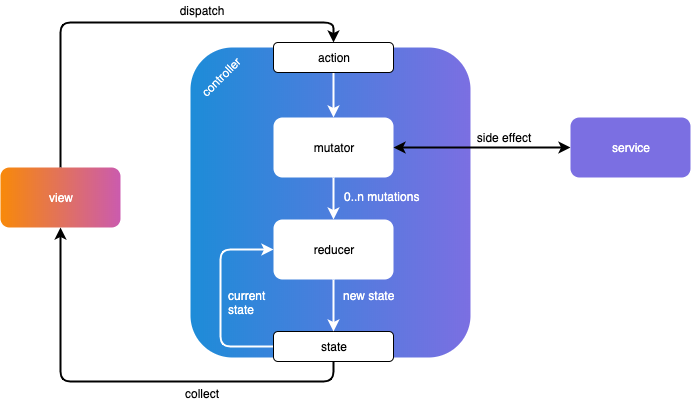
Before: .media/controller_flow.png, a diagram exported from draw.io (floschu/control). Source tidied: cells renumbered, new cells last; positions are measured from the earlier drawing's top-left corner, leaving out a move shared by most shapes. The source it was exported from:
```xml
<mxGraphModel>
  <root>
    <mxCell id="0" />
    <mxCell id="1" parent="0" />
    <mxCell id="2" style="edgeStyle=orthogonalEdgeStyle;rounded=1;jettySize=auto;html=1;exitX=0.5;exitY=0;exitDx=0;exitDy=0;entryX=0.5;entryY=0;entryDx=0;entryDy=0;strokeWidth=2;" parent="1" edge="1" source="3" target="6">
      <mxGeometry relative="1" as="geometry" />
    </mxCell>
    <mxCell id="3" value="view" style="rounded=1;fillColor=#f88909;glass=0;shadow=0;comic=0;gradientColor=#cb5bae;strokeColor=none;gradientDirection=east;fontColor=#ffff;html=1;whiteSpace=wrap;" parent="1" vertex="1">
      <mxGeometry y="167" width="120" height="60" as="geometry" />
    </mxCell>
    <mxCell id="4" style="rounded=1;html=1;gradientColor=#7b6fe2;fillColor=#1d8cd8;strokeColor=none;gradientDirection=east;fontColor=none;noLabel=1;whiteSpace=wrap;shadow=0;glass=0;comic=0;" parent="1" vertex="1">
      <mxGeometry x="190" y="47" width="280" height="310" as="geometry" />
    </mxCell>
    <mxCell id="5" style="edgeStyle=orthogonalEdgeStyle;rounded=0;jettySize=auto;html=1;exitX=0.5;exitY=1;exitDx=0;exitDy=0;entryX=0.5;entryY=0;entryDx=0;entryDy=0;strokeWidth=2;strokeColor=#fff;" parent="1" edge="1" source="6" target="11">
      <mxGeometry relative="1" as="geometry" />
    </mxCell>
    <mxCell id="6" value="action" style="rounded=1;whiteSpace=wrap;html=1;" parent="1" vertex="1">
      <mxGeometry x="273" y="42" width="120" height="30" as="geometry" />
    </mxCell>
    <mxCell id="7" style="edgeStyle=orthogonalEdgeStyle;rounded=1;jettySize=auto;html=1;exitX=0.5;exitY=1;exitDx=0;exitDy=0;entryX=0.5;entryY=1;entryDx=0;entryDy=0;strokeWidth=2;" parent="1" edge="1" source="9" target="3">
      <mxGeometry relative="1" as="geometry" />
    </mxCell>
    <mxCell id="8" style="edgeStyle=orthogonalEdgeStyle;rounded=1;jettySize=auto;html=1;entryX=0;entryY=0.5;entryDx=0;entryDy=0;startArrow=none;startFill=0;strokeColor=#fff;strokeWidth=2;fontColor=#FFFFFF;" parent="1" edge="1" source="9" target="13">
      <mxGeometry relative="1" as="geometry">
        <Array as="points">
          <mxPoint x="220" y="346" />
          <mxPoint x="220" y="249" />
        </Array>
      </mxGeometry>
    </mxCell>
    <mxCell id="9" value="state" style="rounded=1;whiteSpace=wrap;html=1;strokeColor=#000000;" parent="1" vertex="1">
      <mxGeometry x="273" y="331" width="120" height="30" as="geometry" />
    </mxCell>
    <mxCell id="10" style="edgeStyle=orthogonalEdgeStyle;rounded=0;jettySize=auto;html=1;exitX=0.5;exitY=1;exitDx=0;exitDy=0;entryX=0.5;entryY=0;entryDx=0;entryDy=0;strokeWidth=2;strokeColor=#fff;" parent="1" edge="1" source="11" target="13">
      <mxGeometry relative="1" as="geometry" />
    </mxCell>
    <mxCell id="11" value="mutator" style="rounded=1;whiteSpace=wrap;html=1;strokeColor=none;fillColor=#ffffff;strokeWidth=2;glass=0;comic=0;" parent="1" vertex="1">
      <mxGeometry x="273" y="117" width="120" height="60" as="geometry" />
    </mxCell>
    <mxCell id="12" style="edgeStyle=orthogonalEdgeStyle;rounded=0;jettySize=auto;html=1;exitX=0.5;exitY=1;exitDx=0;exitDy=0;entryX=0.5;entryY=0;entryDx=0;entryDy=0;strokeWidth=2;strokeColor=#fff;" parent="1" edge="1" source="13" target="9">
      <mxGeometry relative="1" as="geometry" />
    </mxCell>
    <mxCell id="13" value="reducer" style="rounded=1;whiteSpace=wrap;html=1;strokeColor=none;" parent="1" vertex="1">
      <mxGeometry x="273" y="219" width="120" height="60" as="geometry" />
    </mxCell>
    <mxCell id="14" style="edgeStyle=orthogonalEdgeStyle;rounded=0;jettySize=auto;html=1;exitX=0;exitY=0.5;exitDx=0;exitDy=0;entryX=1;entryY=0.5;entryDx=0;entryDy=0;startArrow=classic;startFill=1;strokeWidth=2;" parent="1" edge="1" source="15" target="11">
      <mxGeometry relative="1" as="geometry" />
    </mxCell>
    <mxCell id="15" value="service" style="rounded=1;whiteSpace=wrap;html=1;gradientColor=none;fillColor=#7b6fe2;strokeColor=none;fontColor=#FFFFFF;" parent="1" vertex="1">
      <mxGeometry x="570" y="117" width="120" height="60" as="geometry" />
    </mxCell>
    <mxCell id="16" value="side effect" style="text;html=1;strokeColor=none;fillColor=none;align=center;verticalAlign=middle;whiteSpace=wrap;rounded=0;" parent="1" vertex="1">
      <mxGeometry x="468" y="127" width="70" height="20" as="geometry" />
    </mxCell>
    <mxCell id="17" value="dispatch" style="text;html=1;strokeColor=none;fillColor=none;align=center;verticalAlign=middle;whiteSpace=wrap;rounded=0;" parent="1" vertex="1">
      <mxGeometry x="181" width="40" height="20" as="geometry" />
    </mxCell>
    <mxCell id="18" value="collect" style="text;html=1;strokeColor=none;fillColor=none;align=center;verticalAlign=middle;whiteSpace=wrap;rounded=0;" parent="1" vertex="1">
      <mxGeometry x="181" y="383" width="40" height="20" as="geometry" />
    </mxCell>
    <mxCell id="19" value="current state" style="text;html=1;strokeColor=none;fillColor=none;align=left;verticalAlign=middle;whiteSpace=wrap;rounded=0;shadow=0;glass=0;comic=0;fontColor=#FFFFFF;" parent="1" vertex="1">
      <mxGeometry x="226" y="292" width="40" height="20" as="geometry" />
    </mxCell>
    <mxCell id="20" value="0..n mutations" style="text;html=1;strokeColor=none;fillColor=none;align=left;verticalAlign=middle;whiteSpace=wrap;rounded=0;shadow=0;glass=0;comic=0;fontColor=#FFFFFF;" parent="1" vertex="1">
      <mxGeometry x="342" y="186" width="80" height="20" as="geometry" />
    </mxCell>
    <mxCell id="21" value="new state" style="text;html=1;strokeColor=none;fillColor=none;align=left;verticalAlign=middle;whiteSpace=wrap;rounded=0;shadow=0;glass=0;comic=0;fontColor=#FFFFFF;" parent="1" vertex="1">
      <mxGeometry x="341" y="285" width="80" height="20" as="geometry" />
    </mxCell>
    <mxCell id="22" value="controller" style="text;html=1;strokeColor=none;fillColor=none;align=center;verticalAlign=middle;whiteSpace=wrap;rounded=0;shadow=0;glass=0;comic=0;fontColor=#fff;rotation=-45;" parent="1" vertex="1">
      <mxGeometry x="200" y="67" width="40" height="20" as="geometry" />
    </mxCell>
  </root>
</mxGraphModel>
```
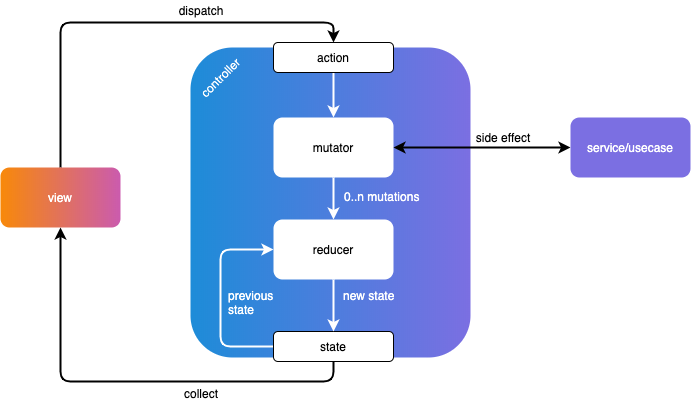
Above is the later version.

The edit, as a diff of the source:
```diff
@@ -46,7 +46,7 @@
     <mxCell id="14" style="edgeStyle=orthogonalEdgeStyle;rounded=0;jettySize=auto;html=1;exitX=0;exitY=0.5;exitDx=0;exitDy=0;entryX=1;entryY=0.5;entryDx=0;entryDy=0;startArrow=classic;startFill=1;strokeWidth=2;" parent="1" edge="1" source="15" target="11">
       <mxGeometry relative="1" as="geometry" />
     </mxCell>
-    <mxCell id="15" value="service" style="rounded=1;whiteSpace=wrap;html=1;gradientColor=none;fillColor=#7b6fe2;strokeColor=none;fontColor=#FFFFFF;" parent="1" vertex="1">
+    <mxCell id="15" value="service/usecase" style="rounded=1;whiteSpace=wrap;html=1;gradientColor=none;fillColor=#7b6fe2;strokeColor=none;fontColor=#FFFFFF;" parent="1" vertex="1">
       <mxGeometry x="570" y="117" width="120" height="60" as="geometry" />
     </mxCell>
     <mxCell id="16" value="side effect" style="text;html=1;strokeColor=none;fillColor=none;align=center;verticalAlign=middle;whiteSpace=wrap;rounded=0;" parent="1" vertex="1">
@@ -58,7 +58,7 @@
     <mxCell id="18" value="collect" style="text;html=1;strokeColor=none;fillColor=none;align=center;verticalAlign=middle;whiteSpace=wrap;rounded=0;" parent="1" vertex="1">
       <mxGeometry x="181" y="383" width="40" height="20" as="geometry" />
     </mxCell>
-    <mxCell id="19" value="current state" style="text;html=1;strokeColor=none;fillColor=none;align=left;verticalAlign=middle;whiteSpace=wrap;rounded=0;shadow=0;glass=0;comic=0;fontColor=#FFFFFF;" parent="1" vertex="1">
+    <mxCell id="19" value="previous state" style="text;html=1;strokeColor=none;fillColor=none;align=left;verticalAlign=middle;whiteSpace=wrap;rounded=0;shadow=0;glass=0;comic=0;fontColor=#FFFFFF;" parent="1" vertex="1">
       <mxGeometry x="226" y="292" width="40" height="20" as="geometry" />
     </mxCell>
     <mxCell id="20" value="0..n mutations" style="text;html=1;strokeColor=none;fillColor=none;align=left;verticalAlign=middle;whiteSpace=wrap;rounded=0;shadow=0;glass=0;comic=0;fontColor=#FFFFFF;" parent="1" vertex="1">
```
